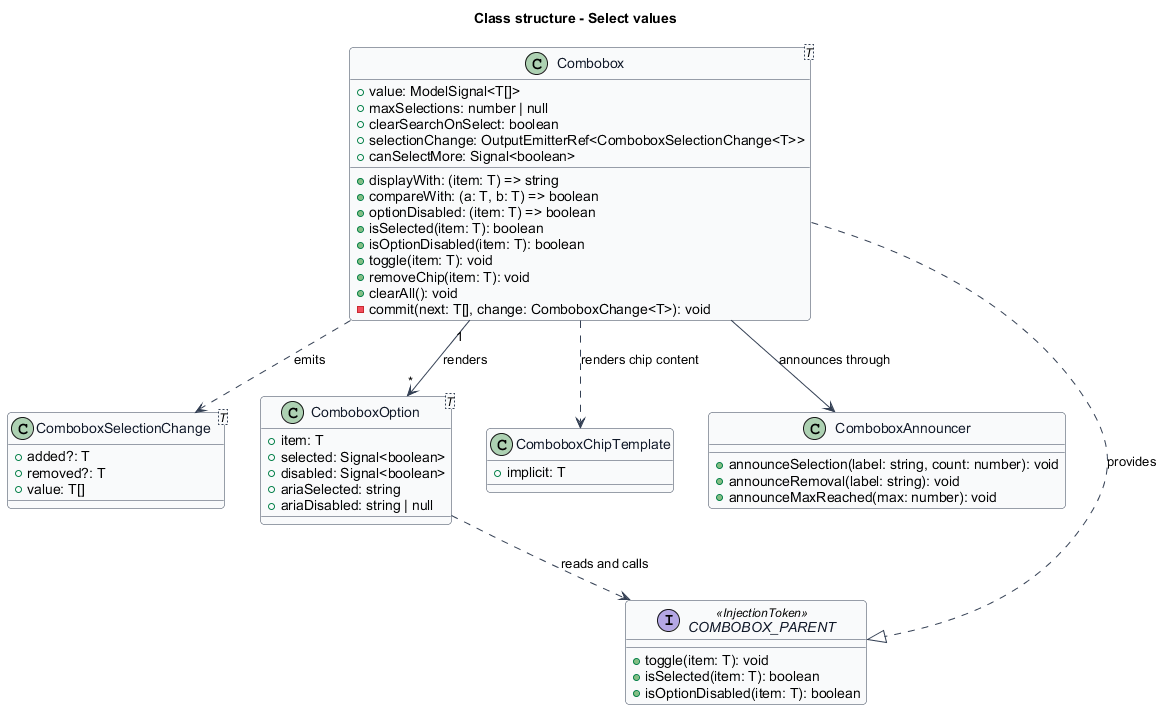
Earlier version of the PlantUML export docs/detailed-designs/combobox/select-values/diagrams/class-structure.png (QuinntyneBrown/Tessera).
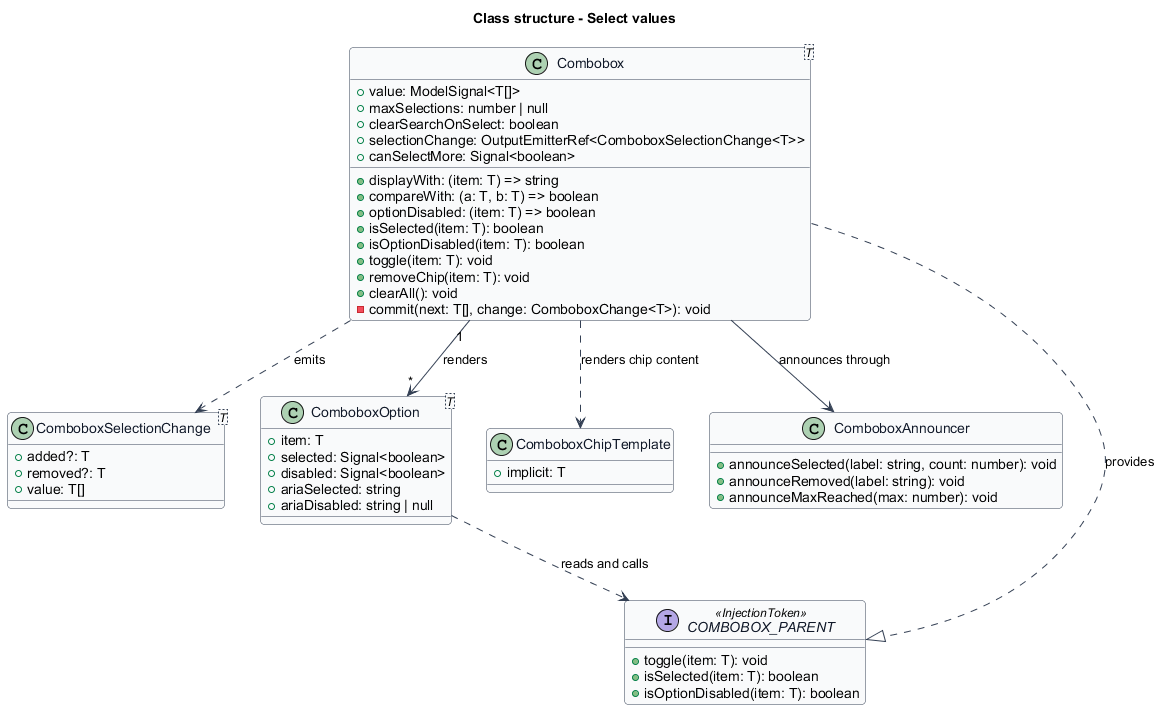
Above is the later version.

The edit, as a diff of the source:
```diff
@@ -47,8 +47,8 @@
 }
 
 class ComboboxAnnouncer {
-  +announceSelection(label: string, count: number): void
-  +announceRemoval(label: string): void
+  +announceSelected(label: string, count: number): void
+  +announceRemoved(label: string): void
   +announceMaxReached(max: number): void
 }
 
```
